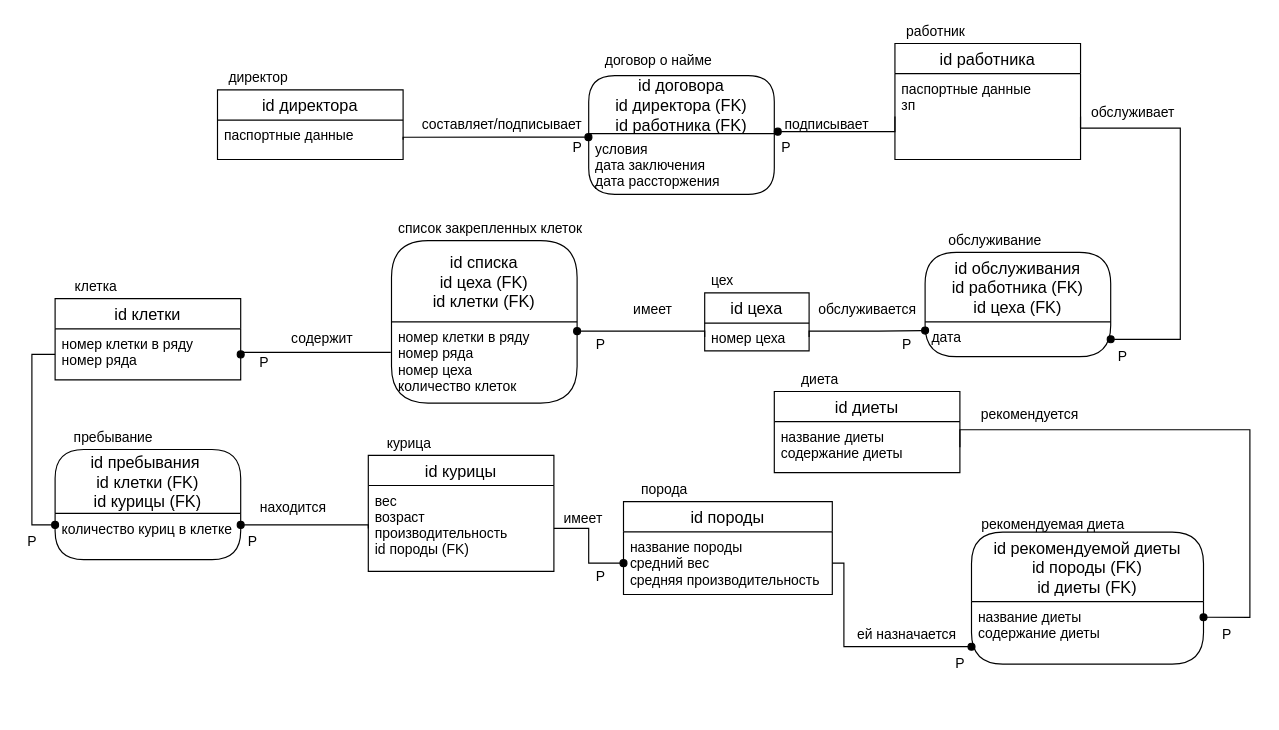
Before: students/y2337/Kishinskaya_Zoya/Lr2/IDEF1x.drawio in TonikX/ITMO_FSPO_DataBases_2020-2021, a draw.io diagram. Source tidied: cells renumbered, new cells numbered last; positions are measured from the earlier drawing's top-left corner, leaving out a move shared by most shapes. Both pictures are drawn from the tidied source at 116%, with x=0, y=0 at pixel (20, 20).
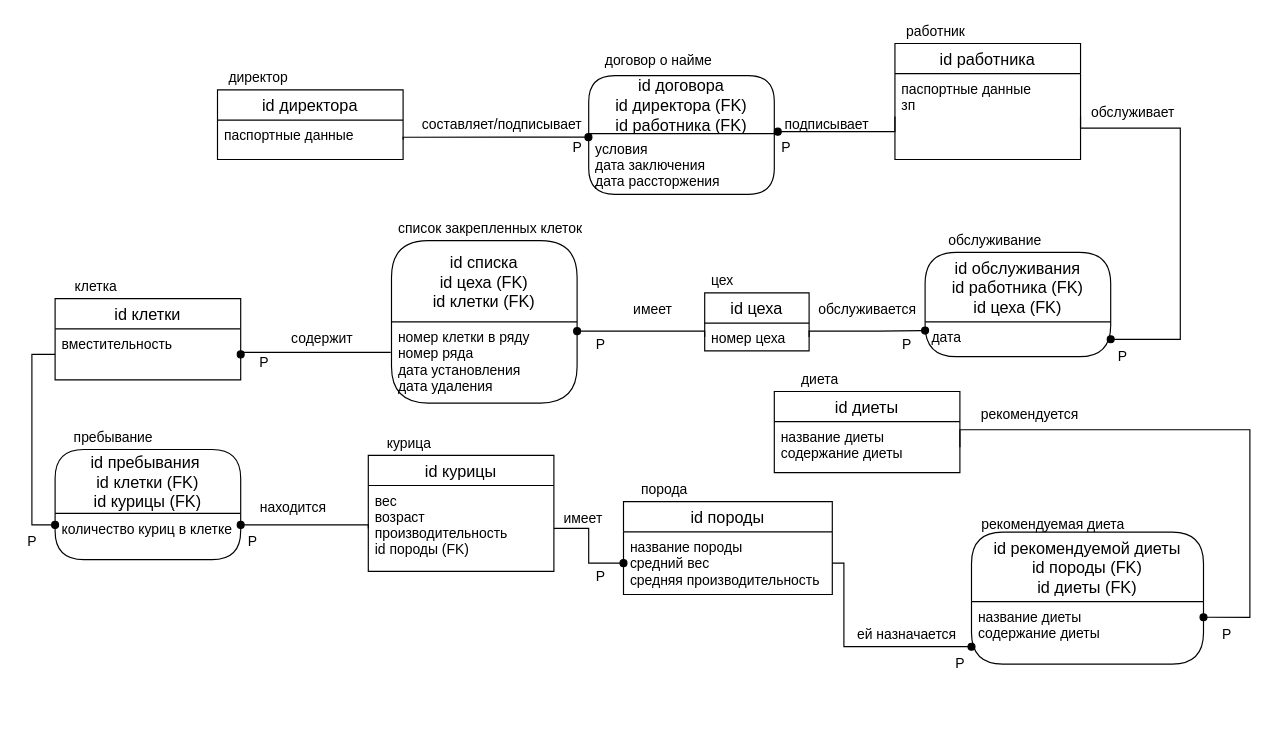
After the change.

Unchanged cells that the change refers to:
```xml
<mxCell id="11" value="id клетки" style="swimlane;fontStyle=0;horizontal=1;startSize=26;align=center;fontSize=14;" parent="10" vertex="1">
  <mxGeometry y="20" width="160" height="70" as="geometry" />
</mxCell>
<mxCell id="38" value="id списка&#10;id цеха (FK)&#10;id клетки (FK)" style="swimlane;horizontal=1;startSize=70;rounded=1;fontSize=14;fontStyle=0;strokeWidth=1;shadow=0;dashed=0;align=center;" parent="37" vertex="1">
  <mxGeometry y="20" width="160" height="140" as="geometry" />
</mxCell>
```

Change to the diagram source:
```diff
@@
-    <mxCell id="12" value="номер клетки в ряду&#10;номер ряда&#10;" style="text;strokeColor=none;fillColor=none;spacingLeft=4;spacingRight=4;overflow=hidden;points=[[0,0.5],[1,0.5]];portConstraint=eastwest;fontSize=12;" parent="11" vertex="1">
+    <mxCell id="12" value="вместительность" style="text;strokeColor=none;fillColor=none;spacingLeft=4;spacingRight=4;overflow=hidden;points=[[0,0.5],[1,0.5]];portConstraint=eastwest;fontSize=12;" parent="11" vertex="1">
       <mxGeometry y="26" width="160" height="44" as="geometry" />
     </mxCell>
@@
-    <mxCell id="39" value="номер клетки в ряду&#10;номер ряда&#10;номер цеха&#10;количество клеток" style="align=left;strokeColor=none;fillColor=none;spacingLeft=4;fontSize=12;verticalAlign=top;" parent="38" vertex="1">
+    <mxCell id="39" value="номер клетки в ряду&#10;номер ряда&#10;дата установления&#10;дата удаления&#10;" style="align=left;strokeColor=none;fillColor=none;spacingLeft=4;fontSize=12;verticalAlign=top;" parent="38" vertex="1">
       <mxGeometry y="70" width="160" height="70" as="geometry" />
     </mxCell>
```
